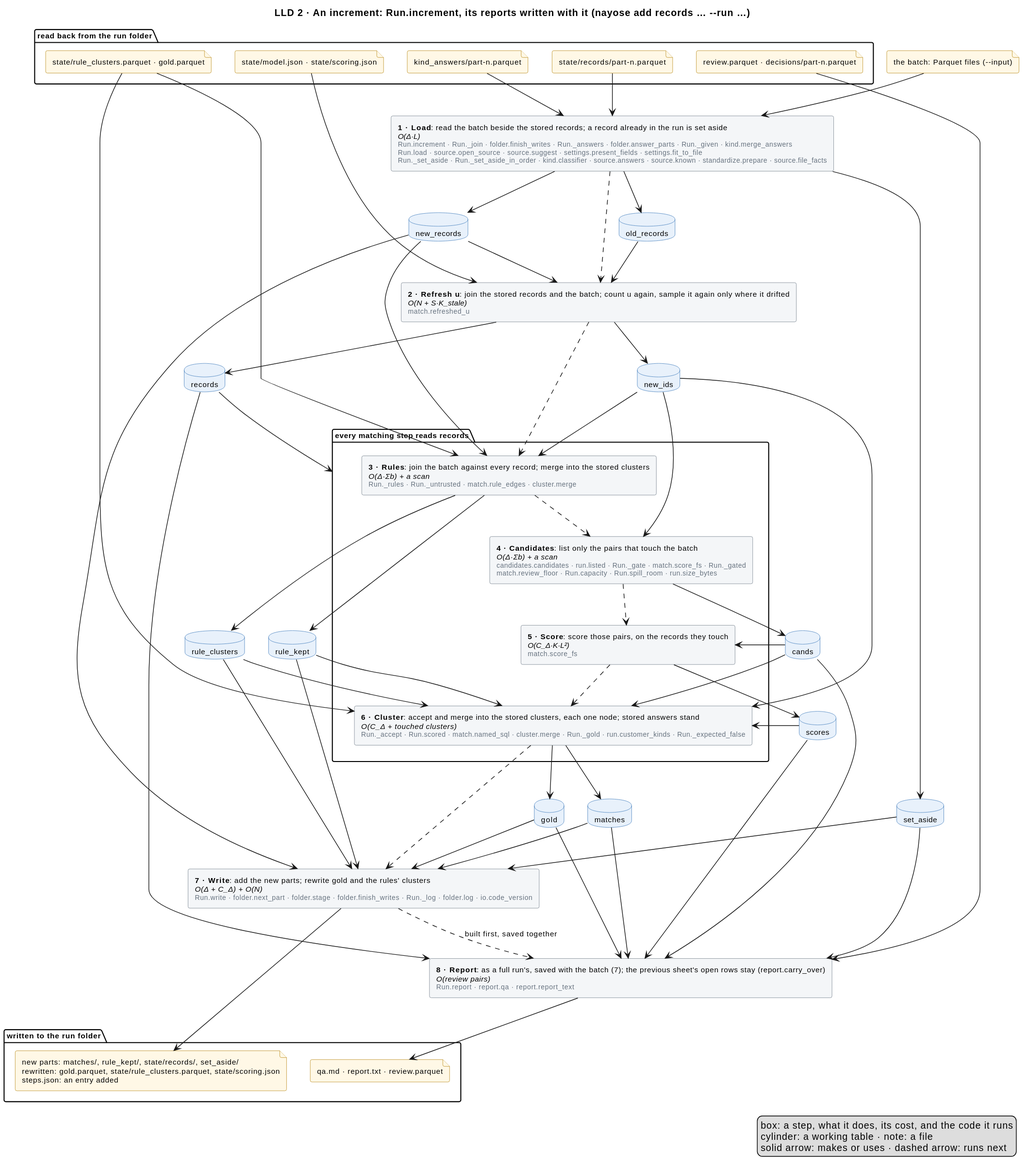
Above: docs/diagrams/increment.svg in mvsbm/entity_matching (PlantUML), before the change.
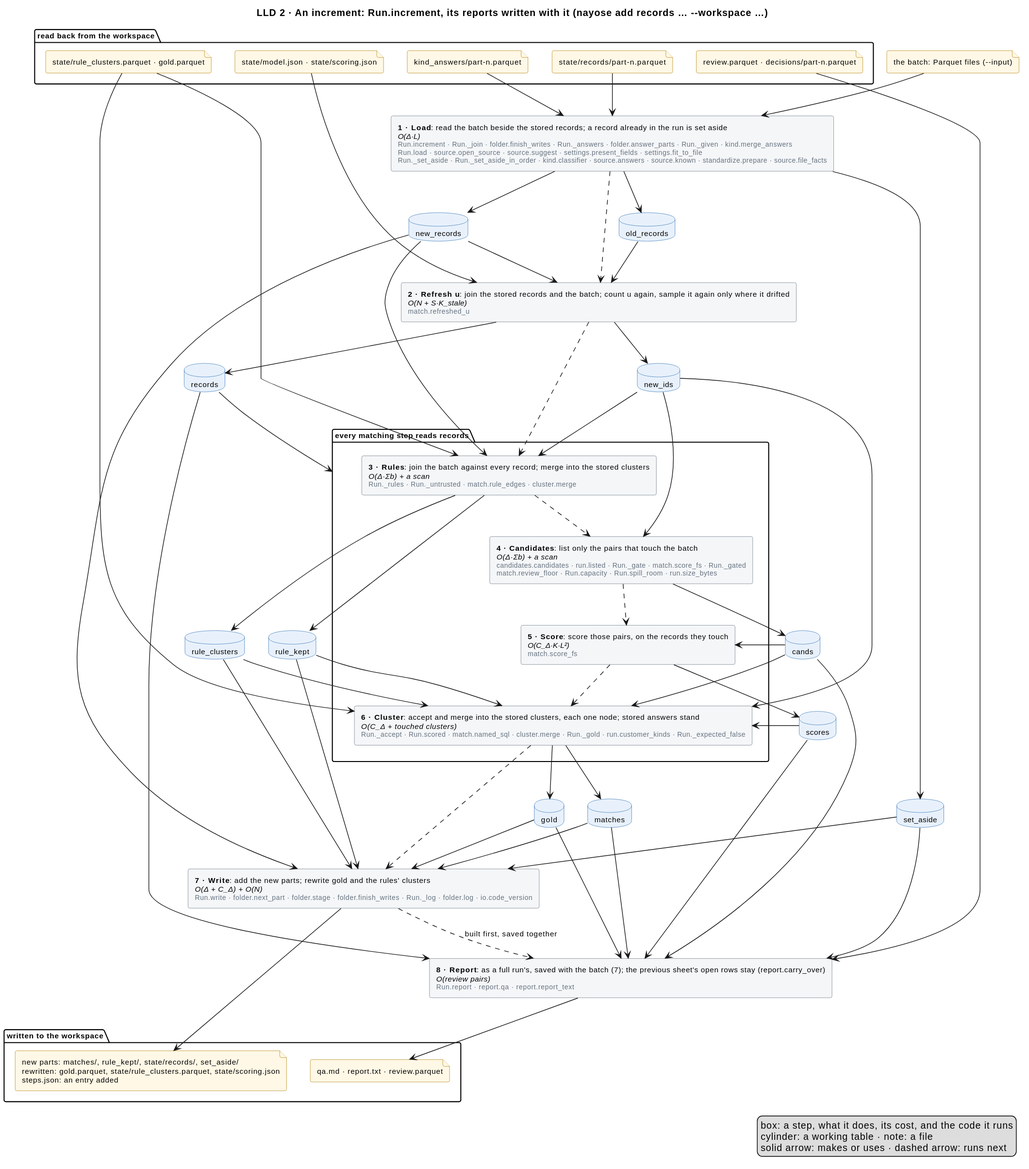
Above is the later version.

The edit, as a diff of the source:
```diff
@@ -1,5 +1,5 @@
 @startuml
-title LLD 2 · An increment: Run.increment, its reports written with it (nayose add records … ~--run …)
+title LLD 2 · An increment: Run.increment, its reports written with it (nayose add records … ~--workspace …)
 skinparam defaultFontSize 11
 skinparam rectangle {
   BackgroundColor #F4F6F8
@@ -14,7 +14,7 @@
   BorderColor #B07D00
 }
 
-package "read back from the run folder" {
+package "read back from the workspace" {
   file "state/model.json · state/scoring.json" as f_model
   file "state/records/part-n.parquet" as f_records
   file "state/rule_clusters.parquet · gold.parquet" as f_clusters
@@ -46,7 +46,7 @@
 database "matches" as matches
 database "gold" as gold
 
-package "written to the run folder" {
+package "written to the workspace" {
   file "new parts: matches/, rule_kept/, state/records/, set_aside/\nrewritten: gold.parquet, state/rule_clusters.parquet, state/scoring.json\nsteps.json: an entry added" as f_out
   file "qa.md · report.txt · review.parquet" as f_people
 }
```
